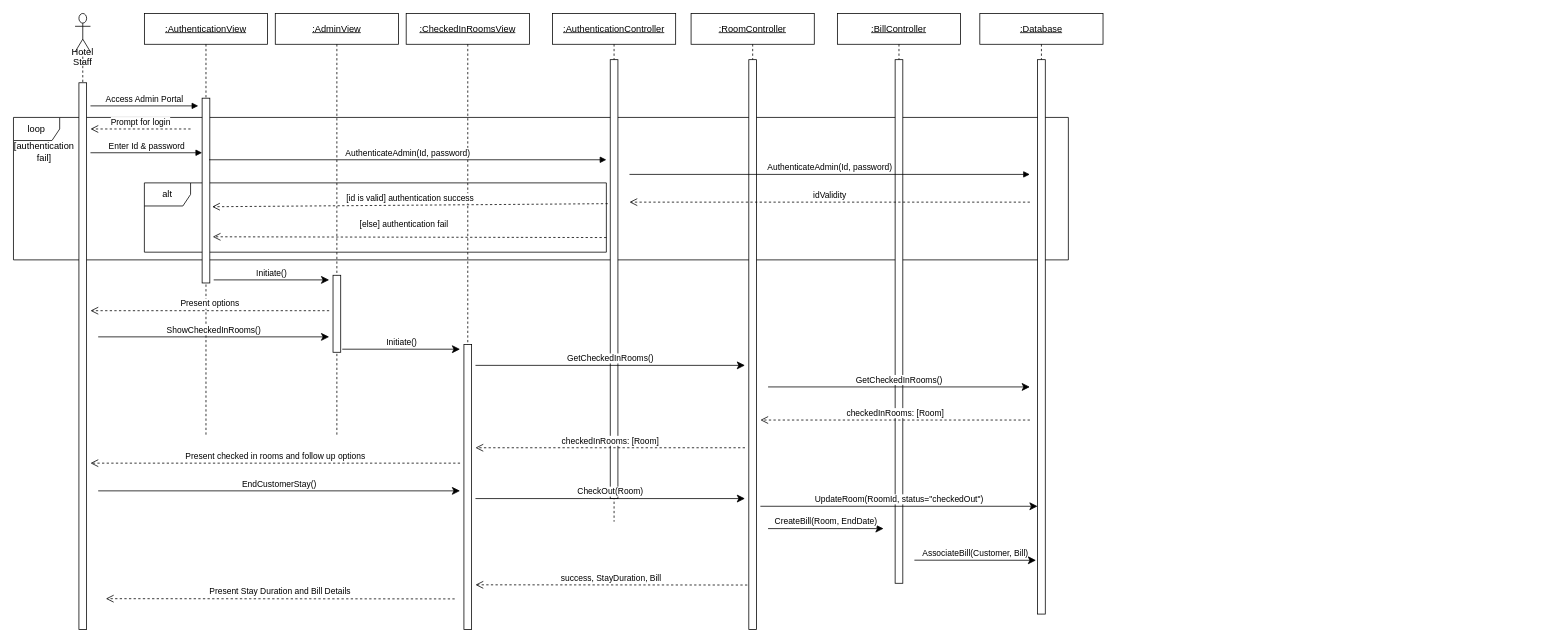
Before: Diagrams/Sequence/EndCustomerStay.drawio in mclhtay/CS4471, a draw.io diagram. Source tidied: cells renumbered, new cells numbered last; positions are measured from the earlier drawing's top-left corner, leaving out a move shared by most shapes. Both pictures are drawn from the tidied source at 77%, with x=0, y=0 at pixel (13, 13).
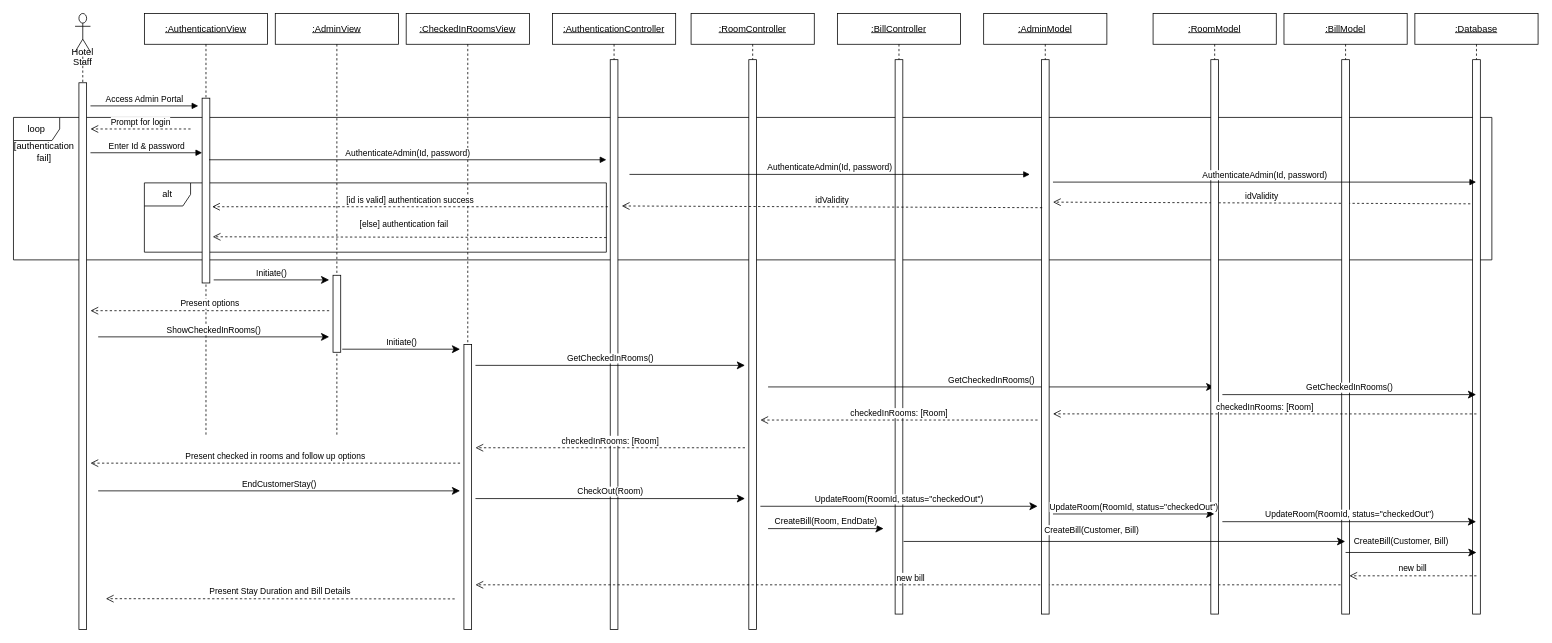
Above is the later version.

Unchanged cells that the change refers to:
```xml
<mxCell id="3" value="alt" style="shape=umlFrame;whiteSpace=wrap;html=1;" parent="1" vertex="1">
  <mxGeometry x="170" y="220" width="600" height="90" as="geometry" />
</mxCell>
<mxCell id="11" style="html=1;points=[];perimeter=orthogonalPerimeter;" parent="10" vertex="1">
  <mxGeometry x="75" y="60" width="10" height="740" as="geometry" />
</mxCell>
<mxCell id="17" style="html=1;points=[];perimeter=orthogonalPerimeter;" parent="16" vertex="1">
  <mxGeometry x="75" y="60" width="10" height="720" as="geometry" />
</mxCell>
```

What changed in the source:
```diff
@@
     <mxCell id="2" value="loop" style="shape=umlFrame;whiteSpace=wrap;html=1;" parent="1" vertex="1">
-      <mxGeometry y="135" width="1370" height="185" as="geometry" />
+      <mxGeometry y="135" width="1920" height="185" as="geometry" />
     </mxCell>
@@
     <mxCell id="12" value="&lt;u&gt;:AuthenticationController&lt;/u&gt;" style="shape=umlLifeline;perimeter=lifelinePerimeter;whiteSpace=wrap;html=1;" parent="1" vertex="1">
-      <mxGeometry x="700" width="160" height="660" as="geometry" />
+      <mxGeometry x="700" width="160" height="800" as="geometry" />
     </mxCell>
     <mxCell id="13" style="html=1;perimeter=orthogonalPerimeter;" parent="12" vertex="1">
-      <mxGeometry x="75" y="60" width="10" height="570" as="geometry" />
+      <mxGeometry x="75" y="60" width="10" height="740" as="geometry" />
     </mxCell>
     <mxCell id="14" value="&lt;u&gt;:BillController&lt;/u&gt;" style="shape=umlLifeline;perimeter=lifelinePerimeter;whiteSpace=wrap;html=1;" parent="1" vertex="1">
-      <mxGeometry x="1070" width="160" height="740" as="geometry" />
+      <mxGeometry x="1070" width="160" height="780" as="geometry" />
     </mxCell>
     <mxCell id="15" style="html=1;points=[];perimeter=orthogonalPerimeter;" parent="14" vertex="1">
-      <mxGeometry x="75" y="60" width="10" height="680" as="geometry" />
+      <mxGeometry x="75" y="60" width="10" height="720" as="geometry" />
     </mxCell>
     <mxCell id="16" value="&lt;u&gt;:Database&lt;/u&gt;" style="shape=umlLifeline;perimeter=lifelinePerimeter;whiteSpace=wrap;html=1;outlineConnect=0;" parent="1" vertex="1">
-      <mxGeometry x="1255" width="160" height="780" as="geometry" />
+      <mxGeometry x="1820" width="160" height="780" as="geometry" />
     </mxCell>
@@
-    <mxCell id="24" value="idValidity" style="html=1;verticalAlign=bottom;endArrow=open;dashed=1;endSize=8;" parent="1" edge="1">
+    <mxCell id="24" value="idValidity" style="html=1;verticalAlign=bottom;endArrow=open;dashed=1;endSize=8;exitX=-0.3;exitY=0.26;exitDx=0;exitDy=0;exitPerimeter=0;" parent="1" edge="1" source="17">
       <mxGeometry relative="1" as="geometry">
-        <mxPoint x="1320" y="245" as="sourcePoint" />
-        <mxPoint x="800" y="245" as="targetPoint" />
+        <mxPoint x="1350" y="245" as="targetPoint" />
       </mxGeometry>
     </mxCell>
-    <mxCell id="25" value="[id is valid] authentication success" style="html=1;verticalAlign=bottom;endArrow=open;dashed=1;endSize=8;exitX=1.003;exitY=0.3;exitDx=0;exitDy=0;exitPerimeter=0;" parent="1" edge="1" source="3">
+    <mxCell id="25" value="[id is valid] authentication success" style="html=1;verticalAlign=bottom;endArrow=open;dashed=1;endSize=8;" parent="1" edge="1">
       <mxGeometry relative="1" as="geometry">
+        <mxPoint x="772" y="251" as="sourcePoint" />
         <mxPoint x="258" y="251" as="targetPoint" />
       </mxGeometry>
     </mxCell>
@@
-    <mxCell id="34" value="GetCheckedInRooms()" style="html=1;verticalAlign=bottom;endArrow=classic;endSize=8;endFill=1;" parent="1" edge="1">
+    <mxCell id="34" value="GetCheckedInRooms()" style="html=1;verticalAlign=bottom;endArrow=classic;endSize=8;endFill=1;" parent="1" edge="1" target="47">
       <mxGeometry relative="1" as="geometry">
         <mxPoint x="980" y="485" as="sourcePoint" />
-        <mxPoint x="1320" y="485" as="targetPoint" />
       </mxGeometry>
     </mxCell>
     <mxCell id="35" value="checkedInRooms: [Room]" style="html=1;verticalAlign=bottom;endArrow=open;dashed=1;endSize=8;" parent="1" edge="1">
       <mxGeometry relative="1" as="geometry">
-        <mxPoint x="1320" y="528" as="sourcePoint" />
+        <mxPoint x="1330" y="528" as="sourcePoint" />
         <mxPoint x="970" y="528" as="targetPoint" />
       </mxGeometry>
     </mxCell>
@@
-    <mxCell id="42" value="AssociateBill(Customer, Bill)" style="html=1;verticalAlign=bottom;endArrow=classic;endSize=8;endFill=1;entryX=-0.2;entryY=0.903;entryDx=0;entryDy=0;entryPerimeter=0;" parent="1" edge="1" target="17">
-      <mxGeometry relative="1" as="geometry">
-        <mxPoint x="1170" y="710" as="sourcePoint" />
-      </mxGeometry>
-    </mxCell>
-    <mxCell id="43" value="success, StayDuration, Bill" style="html=1;verticalAlign=bottom;endArrow=open;dashed=1;endSize=8;exitX=-0.2;exitY=0.922;exitDx=0;exitDy=0;exitPerimeter=0;" parent="1" edge="1" source="11">
+    <mxCell id="43" value="new bill" style="html=1;verticalAlign=bottom;endArrow=open;dashed=1;endSize=8;" parent="1" edge="1" source="49">
       <mxGeometry relative="1" as="geometry">
         <mxPoint x="600" y="742" as="targetPoint" />
       </mxGeometry>
     </mxCell>
@@
+    <mxCell id="45" value="&lt;u&gt;:AdminModel&lt;/u&gt;" style="shape=umlLifeline;perimeter=lifelinePerimeter;whiteSpace=wrap;html=1;" parent="1" vertex="1">
+      <mxGeometry x="1260" width="160" height="780" as="geometry" />
+    </mxCell>
+    <mxCell id="46" style="html=1;points=[];perimeter=orthogonalPerimeter;" parent="45" vertex="1">
+      <mxGeometry x="75" y="60" width="10" height="720" as="geometry" />
+    </mxCell>
+    <mxCell id="47" value="&lt;u&gt;:RoomModel&lt;/u&gt;" style="shape=umlLifeline;perimeter=lifelinePerimeter;whiteSpace=wrap;html=1;outlineConnect=0;" parent="1" vertex="1">
+      <mxGeometry x="1480" width="160" height="780" as="geometry" />
+    </mxCell>
+    <mxCell id="48" style="html=1;perimeter=orthogonalPerimeter;" parent="47" vertex="1">
+      <mxGeometry x="75" y="60" width="10" height="720" as="geometry" />
+    </mxCell>
+    <mxCell id="49" value="&lt;u&gt;:BillModel&lt;/u&gt;" style="shape=umlLifeline;perimeter=lifelinePerimeter;whiteSpace=wrap;html=1;outlineConnect=0;" parent="1" vertex="1">
+      <mxGeometry x="1650" width="160" height="780" as="geometry" />
+    </mxCell>
+    <mxCell id="50" style="html=1;points=[];perimeter=orthogonalPerimeter;" parent="49" vertex="1">
+      <mxGeometry x="75" y="60" width="10" height="720" as="geometry" />
+    </mxCell>
+    <mxCell id="51" value="AuthenticateAdmin(Id, password)" style="html=1;verticalAlign=bottom;endArrow=block;" parent="1" edge="1" target="16">
+      <mxGeometry relative="1" as="geometry">
+        <mxPoint x="1350" y="219" as="sourcePoint" />
+      </mxGeometry>
+    </mxCell>
+    <mxCell id="52" value="idValidity" style="html=1;verticalAlign=bottom;endArrow=open;dashed=1;endSize=8;exitX=0.1;exitY=0.267;exitDx=0;exitDy=0;exitPerimeter=0;" parent="1" edge="1" source="46">
+      <mxGeometry relative="1" as="geometry">
+        <mxPoint x="790" y="250" as="targetPoint" />
+      </mxGeometry>
+    </mxCell>
+    <mxCell id="53" value="GetCheckedInRooms()" style="html=1;verticalAlign=bottom;endArrow=classic;endSize=8;endFill=1;" parent="1" edge="1" target="16">
+      <mxGeometry relative="1" as="geometry">
+        <mxPoint x="1570" y="495" as="sourcePoint" />
+      </mxGeometry>
+    </mxCell>
+    <mxCell id="54" value="checkedInRooms: [Room]" style="html=1;verticalAlign=bottom;endArrow=open;dashed=1;endSize=8;exitX=0.5;exitY=0.639;exitDx=0;exitDy=0;exitPerimeter=0;" parent="1" edge="1" source="17">
+      <mxGeometry relative="1" as="geometry">
+        <mxPoint x="1350" y="520" as="targetPoint" />
+      </mxGeometry>
+    </mxCell>
+    <mxCell id="55" value="UpdateRoom(RoomId, status=&quot;checkedOut&quot;)" style="html=1;verticalAlign=bottom;endArrow=classic;endSize=8;endFill=1;" parent="1" edge="1" target="47">
+      <mxGeometry relative="1" as="geometry">
+        <mxPoint x="1350" y="650" as="sourcePoint" />
+      </mxGeometry>
+    </mxCell>
+    <mxCell id="42" value="CreateBill(Customer, Bill)" style="html=1;verticalAlign=bottom;endArrow=classic;endSize=8;endFill=1;exitX=1.1;exitY=0.869;exitDx=0;exitDy=0;exitPerimeter=0;" parent="1" edge="1" source="15" target="49">
+      <mxGeometry x="-0.15" y="6" relative="1" as="geometry" />
+    </mxCell>
+    <mxCell id="56" value="UpdateRoom(RoomId, status=&quot;checkedOut&quot;)" style="html=1;verticalAlign=bottom;endArrow=classic;endSize=8;endFill=1;" parent="1" edge="1" target="16">
+      <mxGeometry relative="1" as="geometry">
+        <mxPoint x="1570" y="660" as="sourcePoint" />
+      </mxGeometry>
+    </mxCell>
+    <mxCell id="57" value="CreateBill(Customer, Bill)" style="html=1;verticalAlign=bottom;endArrow=classic;endSize=8;endFill=1;entryX=0.5;entryY=0.889;entryDx=0;entryDy=0;entryPerimeter=0;" parent="1" edge="1" target="17">
+      <mxGeometry x="-0.15" y="6" relative="1" as="geometry">
+        <mxPoint x="1730" y="700" as="sourcePoint" />
+      </mxGeometry>
+    </mxCell>
+    <mxCell id="58" value="new bill" style="html=1;verticalAlign=bottom;endArrow=open;dashed=1;endSize=8;exitX=0.5;exitY=0.931;exitDx=0;exitDy=0;exitPerimeter=0;entryX=1;entryY=0.931;entryDx=0;entryDy=0;entryPerimeter=0;" parent="1" edge="1" source="17" target="50">
+      <mxGeometry relative="1" as="geometry" />
+    </mxCell>
```
